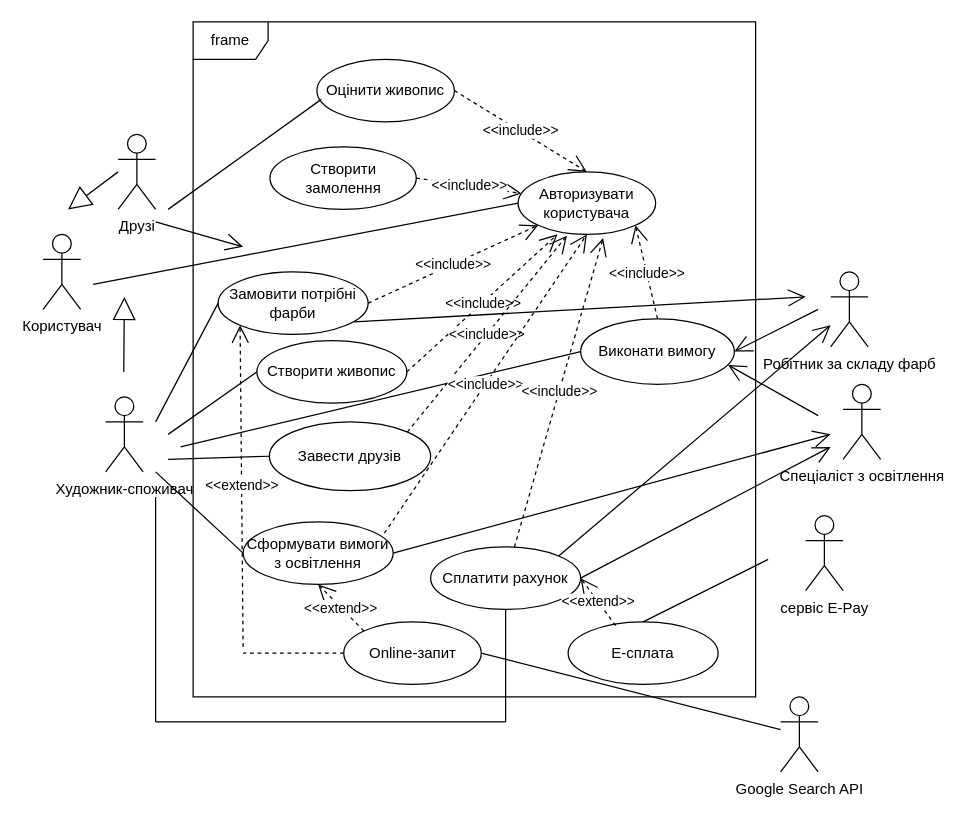
Before: 1-SoftwareRequirements/1.3-SoftwareUserRequirements/1.3.3-UseCaseDiagram/UseCase.drawio in oleksandrblazhko/nai205-svetashov, a draw.io diagram. Source tidied: cells renumbered, new cells numbered last; positions are measured from the earlier drawing's top-left corner, leaving out a move shared by most shapes. Both pictures are drawn from the tidied source at 125%, with x=0, y=0 at pixel (42, 21).
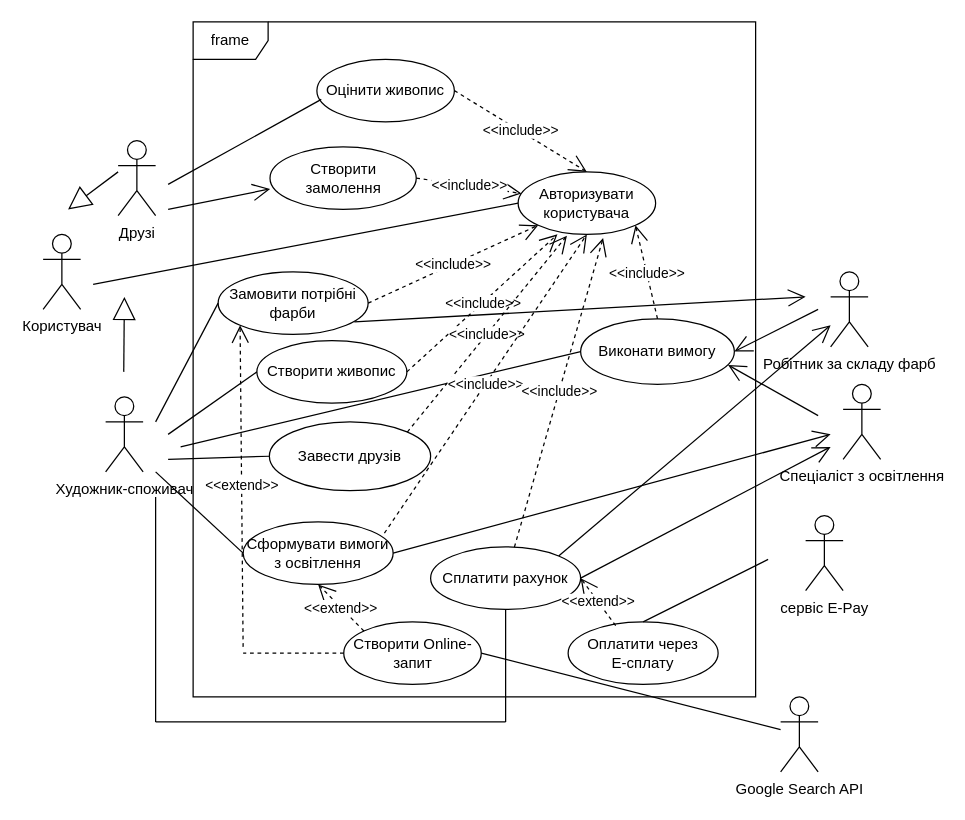
The same diagram, later.

Unchanged cells that the change refers to:
```xml
<mxCell id="9" value="Створити замолення" style="ellipse;whiteSpace=wrap;html=1;" parent="1" vertex="1">
  <mxGeometry x="181.5" y="100" width="117" height="50" as="geometry" />
</mxCell>
<mxCell id="24" value="Оцінити живопис" style="ellipse;whiteSpace=wrap;html=1;" parent="1" vertex="1">
  <mxGeometry x="219" y="30" width="110" height="50" as="geometry" />
</mxCell>
```

What changed in the source:
```diff
@@
     <mxCell id="6" value="Друзі" style="shape=umlActor;verticalLabelPosition=bottom;verticalAlign=top;html=1;" parent="1" vertex="1">
-      <mxGeometry x="60" y="90" width="30" height="60" as="geometry" />
+      <mxGeometry x="60" y="95" width="30" height="60" as="geometry" />
     </mxCell>
@@
-    <mxCell id="33" style="endArrow=open;endFill=1;endSize=12;html=1;rounded=0;" parent="1" edge="1">
+    <mxCell id="33" style="endArrow=open;endFill=1;endSize=12;html=1;rounded=0;entryX=0.001;entryY=0.673;entryDx=0;entryDy=0;entryPerimeter=0;" parent="1" edge="1" target="9">
       <mxGeometry relative="1" as="geometry">
-        <mxPoint x="90" y="160" as="sourcePoint" />
-        <mxPoint x="160" y="180" as="targetPoint" />
+        <mxPoint x="100" y="150" as="sourcePoint" />
       </mxGeometry>
     </mxCell>
@@
     <mxCell id="35" style="endArrow=none;html=1;rounded=0;entryX=0.032;entryY=0.64;entryDx=0;entryDy=0;entryPerimeter=0;" parent="1" edge="1" target="24">
       <mxGeometry relative="1" as="geometry">
-        <mxPoint x="100" y="150" as="sourcePoint" />
+        <mxPoint x="100" y="130" as="sourcePoint" />
       </mxGeometry>
     </mxCell>
-    <mxCell id="36" value="Online-запит" style="ellipse;whiteSpace=wrap;html=1;" parent="1" vertex="1">
+    <mxCell id="36" value="Cтворити Online-запит" style="ellipse;whiteSpace=wrap;html=1;" parent="1" vertex="1">
       <mxGeometry x="240.5" y="480" width="110" height="50" as="geometry" />
     </mxCell>
@@
-    <mxCell id="44" value="E-сплата" style="ellipse;whiteSpace=wrap;html=1;" parent="1" vertex="1">
+    <mxCell id="44" value="Оплатити через &lt;br&gt;E-сплату" style="ellipse;whiteSpace=wrap;html=1;" parent="1" vertex="1">
       <mxGeometry x="420" y="480" width="120" height="50" as="geometry" />
     </mxCell>
```
